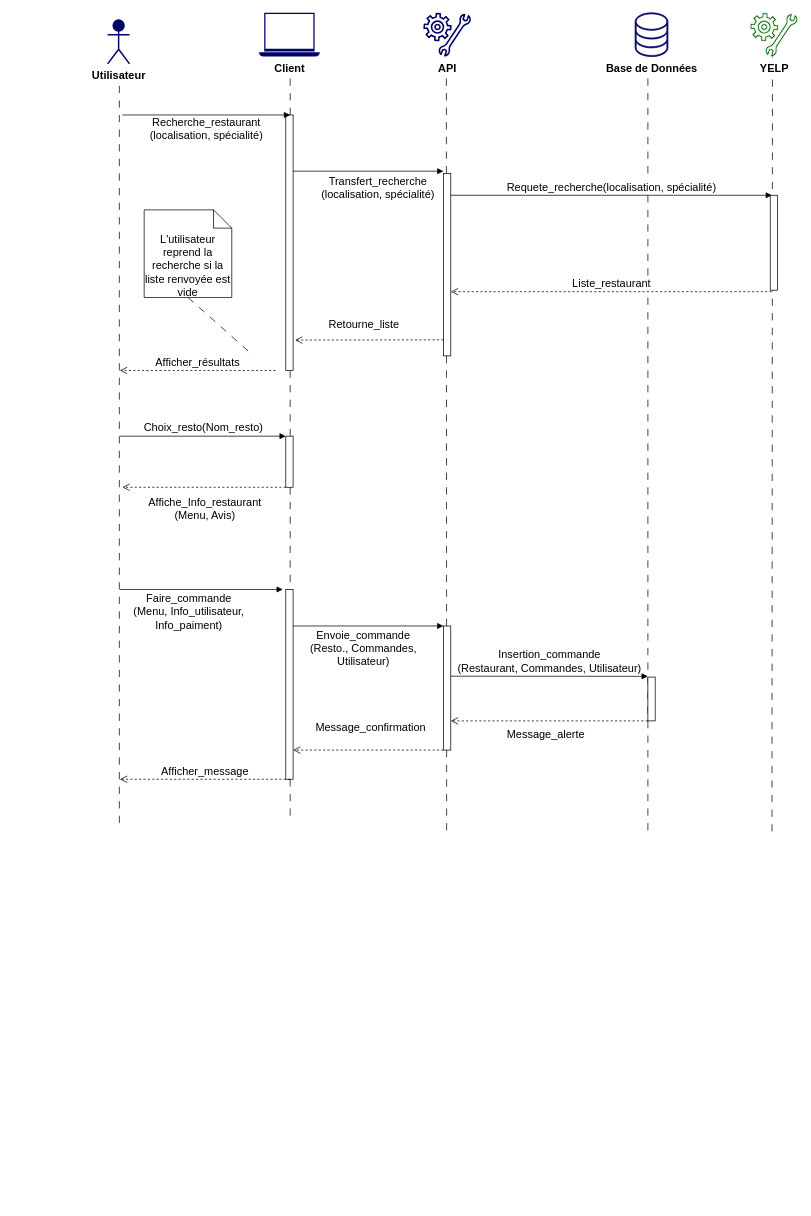
Before: diagramme_sequence_commande.drawio in TheAIWizard/Ensaeats, a draw.io diagram. Source tidied: cells renumbered, new cells numbered last; positions are measured from the earlier drawing's top-left corner, leaving out a move shared by most shapes. Both pictures are drawn from the tidied source at 73%, with x=0, y=0 at pixel (107, 12).
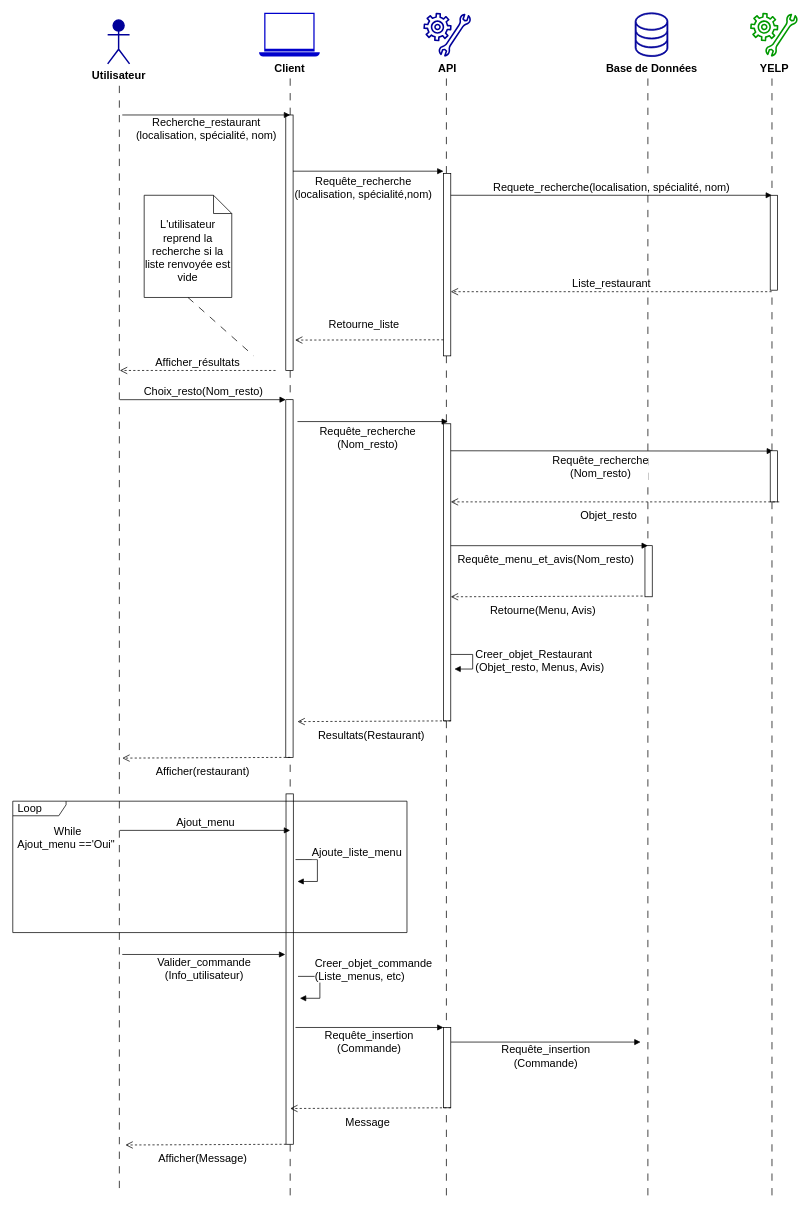
The same diagram, later.

Commit message (it also covers changes not shown here):
Insertion des remarques du prof

What changed in the source:
```diff
@@
-    <mxCell id="2" style="endArrow=none;startArrow=none;endFill=0;startFill=0;endSize=8;html=1;verticalAlign=bottom;dashed=1;labelBackgroundColor=none;dashPattern=10 10;fontSize=15;" parent="1" edge="1">
+    <mxCell id="2" style="endArrow=none;startArrow=none;endFill=0;startFill=0;endSize=10;html=1;verticalAlign=bottom;dashed=1;labelBackgroundColor=none;dashPattern=10 10;fontSize=15;" parent="1" edge="1">
       <mxGeometry relative="1" as="geometry">
         <mxPoint x="16" y="100" as="sourcePoint" />
-        <mxPoint x="16" y="1120" as="targetPoint" />
+        <mxPoint x="16" y="1610" as="targetPoint" />
       </mxGeometry>
     </mxCell>
     <mxCell id="3" style="endArrow=none;startArrow=none;endFill=0;startFill=0;endSize=8;html=1;verticalAlign=bottom;dashed=1;labelBackgroundColor=none;dashPattern=10 10;fontSize=15;" parent="1" edge="1">
       <mxGeometry relative="1" as="geometry">
         <mxPoint x="250" y="90" as="sourcePoint" />
-        <mxPoint x="250" y="1110" as="targetPoint" />
+        <mxPoint x="250" y="1620" as="targetPoint" />
       </mxGeometry>
     </mxCell>
-    <mxCell id="4" value="&lt;span style=&quot;background-color: rgb(255, 255, 255); font-size: 15px;&quot;&gt;Utilisateur&lt;/span&gt;" style="shape=umlActor;verticalLabelPosition=bottom;verticalAlign=top;html=1;fontColor=#000000;strokeColor=#000066;fillColor=#000066;strokeWidth=2;fontSize=15;fontStyle=1;" parent="1" vertex="1">
+    <mxCell id="4" value="&lt;span style=&quot;background-color: rgb(255, 255, 255); font-size: 15px;&quot;&gt;Utilisateur&lt;/span&gt;" style="shape=umlActor;verticalLabelPosition=bottom;verticalAlign=top;html=1;strokeWidth=2;fontSize=15;fontStyle=1;fillColor=#000099;strokeColor=#000099;" parent="1" vertex="1">
       <mxGeometry y="10" width="30" height="60" as="geometry" />
     </mxCell>
     <mxCell id="5" style="endArrow=none;startArrow=none;endFill=0;startFill=0;endSize=8;html=1;verticalAlign=bottom;dashed=1;labelBackgroundColor=none;dashPattern=10 10;fontSize=15;" parent="1" edge="1">
       <mxGeometry relative="1" as="geometry">
         <mxPoint x="464" y="90" as="sourcePoint" />
-        <mxPoint x="464.3" y="1121" as="targetPoint" />
+        <mxPoint x="464" y="1620" as="targetPoint" />
       </mxGeometry>
     </mxCell>
     <mxCell id="6" style="endArrow=none;startArrow=none;endFill=0;startFill=0;endSize=8;html=1;verticalAlign=bottom;dashed=1;labelBackgroundColor=none;dashPattern=10 10;fontSize=15;" parent="1" edge="1">
       <mxGeometry relative="1" as="geometry">
         <mxPoint x="740" y="90" as="sourcePoint" />
-        <mxPoint x="740" y="1120" as="targetPoint" />
+        <mxPoint x="740" y="1630" as="targetPoint" />
       </mxGeometry>
     </mxCell>
-    <mxCell id="7" value="Base de Données" style="shadow=0;dashed=0;html=1;labelPosition=center;verticalLabelPosition=bottom;verticalAlign=top;align=center;shape=mxgraph.vvd.storage;fillColor=#000066;strokeColor=#000066;fontSize=15;labelBackgroundColor=#ffffff;fontStyle=1;" parent="1" vertex="1">
+    <mxCell id="7" value="Base de Données" style="shadow=0;dashed=0;html=1;labelPosition=center;verticalLabelPosition=bottom;verticalAlign=top;align=center;shape=mxgraph.vvd.storage;fontSize=15;fontStyle=1;fillColor=#000099;strokeColor=#000099;" parent="1" vertex="1">
       <mxGeometry x="722.5" width="45" height="60" as="geometry" />
     </mxCell>
-    <mxCell id="8" value="API" style="shadow=0;dashed=0;html=1;strokeColor=none;labelPosition=center;verticalLabelPosition=bottom;verticalAlign=top;align=center;shape=mxgraph.vvd.guest_agent_customization;fillColor=#000066;fontSize=15;labelBackgroundColor=#ffffff;fontStyle=1;" parent="1" vertex="1">
+    <mxCell id="8" value="API" style="shadow=0;dashed=0;html=1;strokeColor=none;labelPosition=center;verticalLabelPosition=bottom;verticalAlign=top;align=center;shape=mxgraph.vvd.guest_agent_customization;fontSize=15;fontStyle=1;fillColor=#000099;" parent="1" vertex="1">
       <mxGeometry x="432.4" width="65.2" height="60" as="geometry" />
     </mxCell>
-    <mxCell id="9" style="endArrow=none;startArrow=none;endFill=0;startFill=0;endSize=8;html=1;verticalAlign=bottom;dashed=1;labelBackgroundColor=none;dashPattern=10 10;fontSize=15;exitX=0.471;exitY=0.858;exitDx=0;exitDy=0;exitPerimeter=0;" parent="1" edge="1">
+    <mxCell id="9" style="endArrow=none;startArrow=none;endFill=0;startFill=0;endSize=8;html=1;verticalAlign=bottom;dashed=1;labelBackgroundColor=none;dashPattern=10 10;fontSize=15;" parent="1" edge="1">
       <mxGeometry relative="1" as="geometry">
-        <mxPoint x="910.7" y="51.5" as="sourcePoint" />
-        <mxPoint x="910" y="1130" as="targetPoint" />
+        <mxPoint x="910" y="90" as="sourcePoint" />
+        <mxPoint x="910" y="1620" as="targetPoint" />
       </mxGeometry>
     </mxCell>
-    <mxCell id="10" value="YELP" style="shadow=0;dashed=0;html=1;labelPosition=center;verticalLabelPosition=bottom;verticalAlign=top;align=center;shape=mxgraph.vvd.guest_agent_customization;fontSize=15;fillColor=#006600;strokeColor=#FFFFFF;labelBackgroundColor=#ffffff;fontStyle=1;" parent="1" vertex="1">
+    <mxCell id="10" value="YELP" style="shadow=0;dashed=0;html=1;labelPosition=center;verticalLabelPosition=bottom;verticalAlign=top;align=center;shape=mxgraph.vvd.guest_agent_customization;fontSize=15;fontStyle=1;fillColor=#009900;strokeColor=none;" parent="1" vertex="1">
       <mxGeometry x="880" width="65.2" height="60" as="geometry" />
     </mxCell>
-    <mxCell id="11" style="html=1;points=[];perimeter=orthogonalPerimeter;labelBackgroundColor=#ffffff;fontSize=15;strokeColor=#000000;strokeWidth=1;fillColor=#FFFFFF;" parent="1" vertex="1">
+    <mxCell id="11" style="html=1;points=[];perimeter=orthogonalPerimeter;fontSize=15;strokeWidth=1;" parent="1" vertex="1">
       <mxGeometry x="244" y="140" width="10" height="350" as="geometry" />
     </mxCell>
-    <mxCell id="12" style="html=1;points=[];perimeter=orthogonalPerimeter;labelBackgroundColor=#ffffff;fontSize=15;strokeColor=#000000;strokeWidth=1;fillColor=#FFFFFF;" parent="1" vertex="1">
+    <mxCell id="12" style="html=1;points=[];perimeter=orthogonalPerimeter;fontSize=15;strokeWidth=1;" parent="1" vertex="1">
       <mxGeometry x="460" y="220" width="10" height="250" as="geometry" />
     </mxCell>
-    <mxCell id="13" value="Recherche_restaurant&lt;br style=&quot;font-size: 15px;&quot;&gt;(localisation, spécialité)" style="html=1;verticalAlign=bottom;endArrow=block;fontSize=15;" parent="1" edge="1">
+    <mxCell id="13" value="Recherche_restaurant&lt;br style=&quot;font-size: 15px&quot;&gt;(localisation, spécialité, nom)" style="html=1;verticalAlign=bottom;endArrow=block;fontSize=15;" parent="1" edge="1">
       <mxGeometry y="-40" relative="1" as="geometry">
         <mxPoint x="20" y="140" as="sourcePoint" />
         <mxPoint x="250" y="140" as="targetPoint" />
       </mxGeometry>
     </mxCell>
-    <mxCell id="14" value="Transfert_recherche&lt;br style=&quot;font-size: 15px;&quot;&gt;(localisation, spécialité)" style="html=1;verticalAlign=bottom;endArrow=block;fontSize=15;exitX=0.986;exitY=0.22;exitDx=0;exitDy=0;exitPerimeter=0;" parent="1" edge="1" source="11">
-      <mxGeometry x="0.13" y="-43" relative="1" as="geometry">
+    <mxCell id="14" value="Requête_recherche&lt;br style=&quot;font-size: 15px&quot;&gt;(localisation, spécialité,nom)" style="html=1;verticalAlign=bottom;endArrow=block;fontSize=15;exitX=0.986;exitY=0.22;exitDx=0;exitDy=0;exitPerimeter=0;" parent="1" edge="1" source="11">
+      <mxGeometry x="-0.07" y="-43" relative="1" as="geometry">
         <mxPoint x="460" y="217" as="targetPoint" />
       </mxGeometry>
     </mxCell>
-    <mxCell id="15" value="Requete_recherche(localisation, spécialité)" style="html=1;verticalAlign=bottom;endArrow=block;fontSize=15;" parent="1" edge="1">
+    <mxCell id="15" value="Requete_recherche(localisation, spécialité, nom)" style="html=1;verticalAlign=bottom;endArrow=block;fontSize=15;" parent="1" edge="1">
       <mxGeometry relative="1" as="geometry">
         <mxPoint x="470" y="250" as="sourcePoint" />
         <mxPoint x="910" y="250" as="targetPoint" />
       </mxGeometry>
     </mxCell>
-    <mxCell id="16" style="html=1;points=[];perimeter=orthogonalPerimeter;labelBackgroundColor=#ffffff;fontSize=15;strokeColor=#000000;strokeWidth=1;fillColor=#FFFFFF;" parent="1" vertex="1">
+    <mxCell id="16" style="html=1;points=[];perimeter=orthogonalPerimeter;fontSize=15;strokeWidth=1;" parent="1" vertex="1">
       <mxGeometry x="907.6" y="250" width="10" height="130" as="geometry" />
     </mxCell>
@@
     <mxCell id="20" value="Choix_resto(Nom_resto)" style="html=1;verticalAlign=bottom;endArrow=block;fontSize=15;" parent="1" edge="1" target="32">
       <mxGeometry relative="1" as="geometry">
-        <mxPoint x="16.7" y="580" as="sourcePoint" />
+        <mxPoint x="16.7" y="530" as="sourcePoint" />
       </mxGeometry>
     </mxCell>
-    <mxCell id="21" style="html=1;perimeter=orthogonalPerimeter;labelBackgroundColor=#ffffff;fontSize=15;strokeColor=#000000;strokeWidth=1;fillColor=#FFFFFF;" parent="1" vertex="1">
-      <mxGeometry x="244" y="790" width="10" height="260" as="geometry" />
+    <mxCell id="21" style="html=1;perimeter=orthogonalPerimeter;fontSize=15;strokeWidth=1;" parent="1" vertex="1">
+      <mxGeometry x="244.3" y="1070" width="10" height="480" as="geometry" />
     </mxCell>
-    <mxCell id="22" value="Envoie_commande&lt;br style=&quot;font-size: 15px&quot;&gt;(Resto., Commandes, &lt;br&gt;Utilisateur)" style="html=1;verticalAlign=bottom;endArrow=block;fontSize=15;" parent="1" edge="1">
-      <mxGeometry x="-0.07" y="-60" relative="1" as="geometry">
-        <mxPoint x="254" y="840" as="sourcePoint" />
-        <mxPoint x="460" y="840" as="targetPoint" />
-      </mxGeometry>
-    </mxCell>
-    <mxCell id="23" style="html=1;perimeter=orthogonalPerimeter;labelBackgroundColor=#ffffff;fontSize=15;strokeColor=#000000;strokeWidth=1;fillColor=#FFFFFF;" parent="1" vertex="1">
-      <mxGeometry x="460" y="840" width="10" height="170" as="geometry" />
-    </mxCell>
-    <mxCell id="24" value="Insertion_commande&lt;br style=&quot;font-size: 15px;&quot;&gt;(Restaurant, Commandes, Utilisateur)" style="html=1;verticalAlign=bottom;endArrow=block;fontSize=15;" parent="1" edge="1">
-      <mxGeometry relative="1" as="geometry">
-        <mxPoint x="470" y="908.8" as="sourcePoint" />
-        <mxPoint x="740" y="909" as="targetPoint" />
-      </mxGeometry>
-    </mxCell>
-    <mxCell id="25" value="Faire_commande&lt;br style=&quot;font-size: 15px&quot;&gt;(Menu, Info_utilisateur, &lt;br&gt;Info_paiment)" style="html=1;verticalAlign=bottom;endArrow=block;fontSize=15;" parent="1" edge="1">
-      <mxGeometry x="-0.16" y="-60" relative="1" as="geometry">
-        <mxPoint x="16.7" y="790" as="sourcePoint" />
-        <mxPoint x="240" y="790" as="targetPoint" />
+    <mxCell id="25" value="Valider_commande &lt;br&gt;(Info_utilisateur)" style="html=1;verticalAlign=bottom;endArrow=block;fontSize=15;" parent="1" edge="1">
+      <mxGeometry x="-0.01" y="-40" relative="1" as="geometry">
+        <mxPoint x="20" y="1290" as="sourcePoint" />
+        <mxPoint x="243.3" y="1290" as="targetPoint" />
+        <mxPoint x="1" as="offset" />
       </mxGeometry>
     </mxCell>
-    <mxCell id="26" style="html=1;perimeter=orthogonalPerimeter;labelBackgroundColor=#ffffff;fontSize=15;strokeColor=#000000;strokeWidth=1;fillColor=#FFFFFF;" parent="1" vertex="1">
-      <mxGeometry x="740" y="910" width="10" height="60" as="geometry" />
-    </mxCell>
-    <mxCell id="27" value="Message_alerte" style="html=1;verticalAlign=bottom;endArrow=open;dashed=1;endSize=8;fontSize=15;" parent="1" edge="1">
-      <mxGeometry x="0.04" y="30" relative="1" as="geometry">
-        <mxPoint x="740" y="970" as="sourcePoint" />
-        <mxPoint x="470" y="970" as="targetPoint" />
-      </mxGeometry>
-    </mxCell>
-    <mxCell id="28" value="Message_confirmation" style="html=1;verticalAlign=bottom;endArrow=open;dashed=1;endSize=8;fontSize=15;" parent="1" edge="1">
-      <mxGeometry x="-0.03" y="-20" relative="1" as="geometry">
-        <mxPoint x="460" y="1010" as="sourcePoint" />
-        <mxPoint x="254" y="1010" as="targetPoint" />
-      </mxGeometry>
-    </mxCell>
-    <mxCell id="29" value="Afficher_message" style="html=1;verticalAlign=bottom;endArrow=open;dashed=1;endSize=8;fontSize=15;" parent="1" edge="1">
-      <mxGeometry relative="1" as="geometry">
-        <mxPoint x="250" y="1050" as="sourcePoint" />
-        <mxPoint x="16.7" y="1050" as="targetPoint" />
-      </mxGeometry>
-    </mxCell>
     <mxCell id="30" value="L'utilisateur reprend la recherche si la liste renvoyée est vide" style="shape=note2;boundedLbl=1;whiteSpace=wrap;html=1;size=25;verticalAlign=top;align=center;fontSize=15;" parent="1" vertex="1">
-      <mxGeometry x="50" y="270" width="120" height="120" as="geometry" />
+      <mxGeometry x="50" y="250" width="120" height="140" as="geometry" />
     </mxCell>
@@
     <mxCell id="32" style="html=1;points=[];perimeter=orthogonalPerimeter;fontSize=15;align=center;" parent="1" vertex="1">
-      <mxGeometry x="244" y="580" width="10" height="70" as="geometry" />
+      <mxGeometry x="244" y="530" width="10" height="490" as="geometry" />
     </mxCell>
-    <mxCell id="33" value="Affiche_Info_restaurant&lt;br&gt;(Menu, Avis)" style="html=1;verticalAlign=bottom;endArrow=open;dashed=1;endSize=8;fontSize=15;" parent="1" edge="1" source="32">
-      <mxGeometry y="50" relative="1" as="geometry">
-        <mxPoint x="20" y="650" as="targetPoint" />
-        <mxPoint x="1" as="offset" />
-      </mxGeometry>
-    </mxCell>
-    <mxCell id="34" value="Client" style="shadow=0;dashed=0;html=1;strokeColor=none;labelPosition=center;verticalLabelPosition=bottom;verticalAlign=top;align=center;shape=mxgraph.vvd.laptop;fillColor=#000066;fontSize=15;fontStyle=1;" parent="1" vertex="1">
+    <mxCell id="34" value="Client" style="shadow=0;dashed=0;html=1;strokeColor=none;labelPosition=center;verticalLabelPosition=bottom;verticalAlign=top;align=center;shape=mxgraph.vvd.laptop;fontSize=15;fontStyle=1;fillColor=#0000CC;" parent="1" vertex="1">
       <mxGeometry x="207.3" width="83.3" height="60" as="geometry" />
     </mxCell>
+    <mxCell id="35" value="Requête_recherche&lt;br style=&quot;font-size: 15px&quot;&gt;(Nom_resto)" style="html=1;verticalAlign=bottom;endArrow=block;fontSize=15;exitX=0.986;exitY=0.22;exitDx=0;exitDy=0;exitPerimeter=0;" parent="1" edge="1">
+      <mxGeometry x="-0.07" y="-43" relative="1" as="geometry">
+        <mxPoint x="260" y="560" as="sourcePoint" />
+        <mxPoint x="466.1" y="560" as="targetPoint" />
+      </mxGeometry>
+    </mxCell>
+    <mxCell id="36" style="html=1;points=[];perimeter=orthogonalPerimeter;fontSize=15;strokeWidth=1;" parent="1" vertex="1">
+      <mxGeometry x="460" y="563" width="10" height="407" as="geometry" />
+    </mxCell>
+    <mxCell id="37" value="Requête_recherche&lt;br style=&quot;font-size: 15px&quot;&gt;(Nom_resto)" style="html=1;verticalAlign=bottom;endArrow=block;fontSize=15;exitX=0.986;exitY=0.22;exitDx=0;exitDy=0;exitPerimeter=0;entryX=0.382;entryY=0.006;entryDx=0;entryDy=0;entryPerimeter=0;" parent="1" edge="1" target="38">
+      <mxGeometry x="-0.07" y="-43" relative="1" as="geometry">
+        <mxPoint x="470" y="600" as="sourcePoint" />
+      </mxGeometry>
+    </mxCell>
+    <mxCell id="38" style="html=1;points=[];perimeter=orthogonalPerimeter;fontSize=15;strokeWidth=1;" parent="1" vertex="1">
+      <mxGeometry x="907.6" y="600" width="10" height="70" as="geometry" />
+    </mxCell>
+    <mxCell id="39" style="html=1;points=[];perimeter=orthogonalPerimeter;fontSize=15;strokeWidth=1;" parent="1" vertex="1">
+      <mxGeometry x="736" y="730" width="10" height="70" as="geometry" />
+    </mxCell>
+    <mxCell id="40" value="Objet_resto" style="html=1;verticalAlign=bottom;endArrow=open;dashed=1;endSize=8;fontSize=15;" parent="1" edge="1" target="36">
+      <mxGeometry x="0.04" y="30" relative="1" as="geometry">
+        <mxPoint x="920" y="670" as="sourcePoint" />
+      </mxGeometry>
+    </mxCell>
+    <mxCell id="41" value="Requête_menu_et_avis(Nom_resto)" style="html=1;verticalAlign=bottom;endArrow=block;fontSize=15;exitX=0.986;exitY=0.22;exitDx=0;exitDy=0;exitPerimeter=0;" parent="1" edge="1">
+      <mxGeometry x="-0.04" y="-30" relative="1" as="geometry">
+        <mxPoint x="470" y="730" as="sourcePoint" />
+        <mxPoint x="740" y="730" as="targetPoint" />
+      </mxGeometry>
+    </mxCell>
+    <mxCell id="42" value="Retourne(Menu, Avis)" style="html=1;verticalAlign=bottom;endArrow=open;dashed=1;endSize=8;fontSize=15;exitX=-0.314;exitY=0.986;exitDx=0;exitDy=0;exitPerimeter=0;" parent="1" edge="1" source="39">
+      <mxGeometry x="0.04" y="30" relative="1" as="geometry">
+        <mxPoint x="470" y="800" as="targetPoint" />
+      </mxGeometry>
+    </mxCell>
+    <mxCell id="43" value="Creer_objet_Restaurant&lt;br&gt;(Objet_resto, Menus, Avis)" style="edgeStyle=orthogonalEdgeStyle;html=1;align=left;spacingLeft=2;endArrow=block;rounded=0;entryX=1;entryY=0;fontSize=15;" parent="1" edge="1">
+      <mxGeometry relative="1" as="geometry">
+        <mxPoint x="470" y="879" as="sourcePoint" />
+        <mxPoint x="475" y="899" as="targetPoint" />
+        <Array as="points">
+          <mxPoint x="500" y="879" />
+        </Array>
+      </mxGeometry>
+    </mxCell>
+    <mxCell id="44" value="Resultats(Restaurant)" style="html=1;verticalAlign=bottom;endArrow=open;dashed=1;endSize=8;fontSize=15;exitX=-0.314;exitY=0.986;exitDx=0;exitDy=0;exitPerimeter=0;" parent="1" edge="1">
+      <mxGeometry x="0.04" y="30" relative="1" as="geometry">
+        <mxPoint x="470" y="970" as="sourcePoint" />
+        <mxPoint x="260" y="971" as="targetPoint" />
+      </mxGeometry>
+    </mxCell>
+    <mxCell id="45" value="Afficher(restaurant)" style="html=1;verticalAlign=bottom;endArrow=open;dashed=1;endSize=8;fontSize=15;exitX=-0.314;exitY=0.986;exitDx=0;exitDy=0;exitPerimeter=0;" parent="1" edge="1">
+      <mxGeometry x="0.04" y="30" relative="1" as="geometry">
+        <mxPoint x="250" y="1020" as="sourcePoint" />
+        <mxPoint x="20" y="1021" as="targetPoint" />
+      </mxGeometry>
+    </mxCell>
+    <mxCell id="46" value="Loop" style="shape=umlFrame;whiteSpace=wrap;html=1;width=73;height=20;boundedLbl=1;verticalAlign=middle;align=left;spacingLeft=5;fontSize=15;" parent="1" vertex="1">
+      <mxGeometry x="-130" y="1080" width="540" height="180" as="geometry" />
+    </mxCell>
+    <mxCell id="47" value="While &lt;br&gt;Ajout_menu =='Oui&quot;&amp;nbsp;" style="text;html=1;align=center;verticalAlign=middle;strokeColor=none;fontSize=15;" parent="1" vertex="1">
+      <mxGeometry x="-130" y="1110" width="150" height="40" as="geometry" />
+    </mxCell>
+    <mxCell id="48" value="Ajout_menu" style="html=1;verticalAlign=bottom;endArrow=block;fontSize=15;" parent="1" edge="1">
+      <mxGeometry relative="1" as="geometry">
+        <mxPoint x="16.7" y="1120" as="sourcePoint" />
+        <mxPoint x="250" y="1120" as="targetPoint" />
+      </mxGeometry>
+    </mxCell>
+    <mxCell id="49" value="Ajoute_liste_menu" style="edgeStyle=orthogonalEdgeStyle;html=1;align=left;spacingLeft=2;endArrow=block;rounded=0;fontSize=15;" parent="1" edge="1">
+      <mxGeometry x="-0.56" y="10" relative="1" as="geometry">
+        <mxPoint x="257.3" y="1160" as="sourcePoint" />
+        <mxPoint x="260" y="1190" as="targetPoint" />
+        <Array as="points">
+          <mxPoint x="287.3" y="1160" />
+        </Array>
+      </mxGeometry>
+    </mxCell>
+    <mxCell id="50" value="Creer_objet_commande&lt;br&gt;(Liste_menus, etc)" style="edgeStyle=orthogonalEdgeStyle;html=1;align=left;spacingLeft=2;endArrow=block;rounded=0;fontSize=15;" parent="1" edge="1">
+      <mxGeometry x="-0.56" y="10" relative="1" as="geometry">
+        <mxPoint x="260.7" y="1320" as="sourcePoint" />
+        <mxPoint x="263.3" y="1350" as="targetPoint" />
+        <Array as="points">
+          <mxPoint x="290.7" y="1320" />
+        </Array>
+      </mxGeometry>
+    </mxCell>
+    <mxCell id="51" value="Requête_insertion&lt;br&gt;(Commande)" style="html=1;verticalAlign=bottom;endArrow=block;fontSize=15;" parent="1" edge="1">
+      <mxGeometry x="0.01" y="-40" relative="1" as="geometry">
+        <mxPoint x="257.3" y="1390" as="sourcePoint" />
+        <mxPoint x="460" y="1390" as="targetPoint" />
+        <mxPoint x="-1" as="offset" />
+      </mxGeometry>
+    </mxCell>
+    <mxCell id="52" value="Requête_insertion&lt;br&gt;(Commande)" style="html=1;verticalAlign=bottom;endArrow=block;fontSize=15;" parent="1" edge="1">
+      <mxGeometry x="0.01" y="-40" relative="1" as="geometry">
+        <mxPoint x="470" y="1410" as="sourcePoint" />
+        <mxPoint x="730" y="1410" as="targetPoint" />
+        <mxPoint x="-1" as="offset" />
+      </mxGeometry>
+    </mxCell>
+    <mxCell id="53" style="html=1;perimeter=orthogonalPerimeter;fontSize=15;strokeWidth=1;" parent="1" vertex="1">
+      <mxGeometry x="460" y="1390" width="10" height="110" as="geometry" />
+    </mxCell>
+    <mxCell id="54" value="Message" style="html=1;verticalAlign=bottom;endArrow=open;dashed=1;endSize=8;fontSize=15;exitX=-0.314;exitY=0.986;exitDx=0;exitDy=0;exitPerimeter=0;" parent="1" edge="1">
+      <mxGeometry x="0.04" y="30" relative="1" as="geometry">
+        <mxPoint x="470" y="1500" as="sourcePoint" />
+        <mxPoint x="250" y="1501" as="targetPoint" />
+      </mxGeometry>
+    </mxCell>
+    <mxCell id="55" value="Afficher(Message)" style="html=1;verticalAlign=bottom;endArrow=open;dashed=1;endSize=8;fontSize=15;exitX=-0.314;exitY=0.986;exitDx=0;exitDy=0;exitPerimeter=0;" parent="1" edge="1">
+      <mxGeometry x="0.04" y="30" relative="1" as="geometry">
+        <mxPoint x="244.3" y="1550" as="sourcePoint" />
+        <mxPoint x="24.3" y="1551" as="targetPoint" />
+      </mxGeometry>
+    </mxCell>
```
